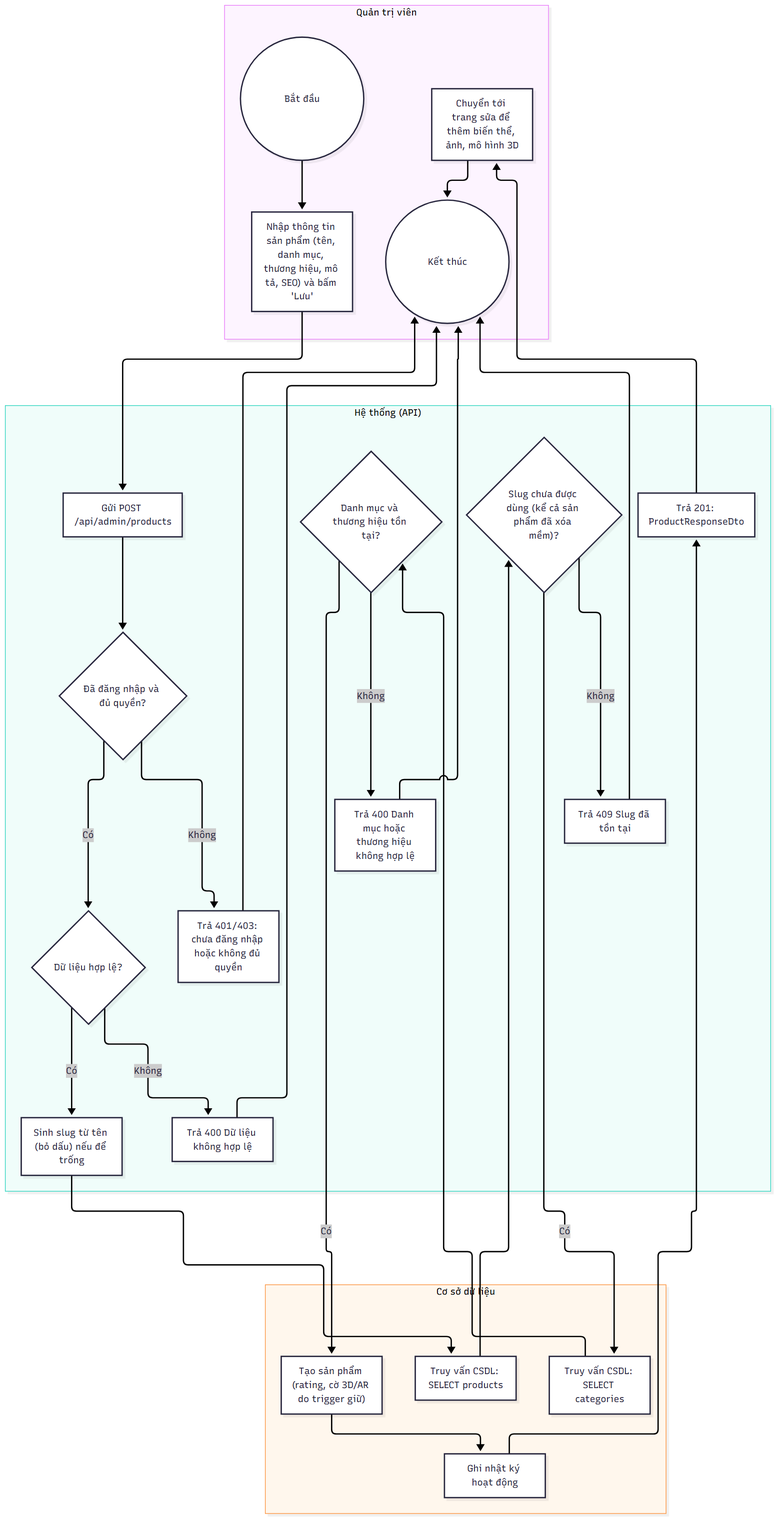
2431540234-arch/XDUDTMDT keeps this Mermaid diagram as docs/diagrams/png/activity_UC-ADM-09_quan-ly-san-pham.png. Above is the earlier version. Its source is kept beside it as docs/diagrams/src/activity_UC-ADM-09_quan-ly-san-pham.mmd. The source it was exported from:
```mermaid
flowchart TD
    subgraph LANE_A["Quản trị viên"]
        n1(("Bắt đầu"))
        n2["Nhập thông tin sản phẩm (tên, danh mục, thương hiệu, mô tả, SEO) và bấm 'Lưu'"]
        n18["Chuyển tới trang sửa để thêm biến thể, ảnh, mô hình 3D"]
        n19(("Kết thúc"))
    end
    subgraph LANE_S["Hệ thống (API)"]
        n3["Gửi POST /api/admin/products"]
        n4{"Đã đăng nhập và đủ quyền?"}
        n5["Trả 401/403: chưa đăng nhập hoặc không đủ quyền"]
        n6{"Dữ liệu hợp lệ?"}
        n7["Trả 400 Dữ liệu không hợp lệ"]
        n8["Sinh slug từ tên (bỏ dấu) nếu để trống"]
        n10{"Slug chưa được dùng (kể cả sản phẩm đã xóa mềm)?"}
        n11["Trả 409 Slug đã tồn tại"]
        n13{"Danh mục và thương hiệu tồn tại?"}
        n14["Trả 400 Danh mục hoặc thương hiệu không hợp lệ"]
        n17["Trả 201: ProductResponseDto"]
    end
    subgraph LANE_D["Cơ sở dữ liệu"]
        n9["Truy vấn CSDL: SELECT products"]
        n12["Truy vấn CSDL: SELECT categories"]
        n15["Tạo sản phẩm (rating, cờ 3D/AR do trigger giữ)"]
        n16["Ghi nhật ký hoạt động"]
    end
    n1 --> n2
    n2 --> n3
    n3 --> n4
    n4 -->|"Không"| n5
    n4 -->|"Có"| n6
    n6 -->|"Không"| n7
    n6 -->|"Có"| n8
    n8 --> n9
    n9 --> n10
    n10 -->|"Không"| n11
    n10 -->|"Có"| n12
    n12 --> n13
    n13 -->|"Không"| n14
    n13 -->|"Có"| n15
    n15 --> n16
    n16 --> n17
    n17 --> n18
    n18 --> n19
    n5 --> n19
    n7 --> n19
    n11 --> n19
    n14 --> n19
```
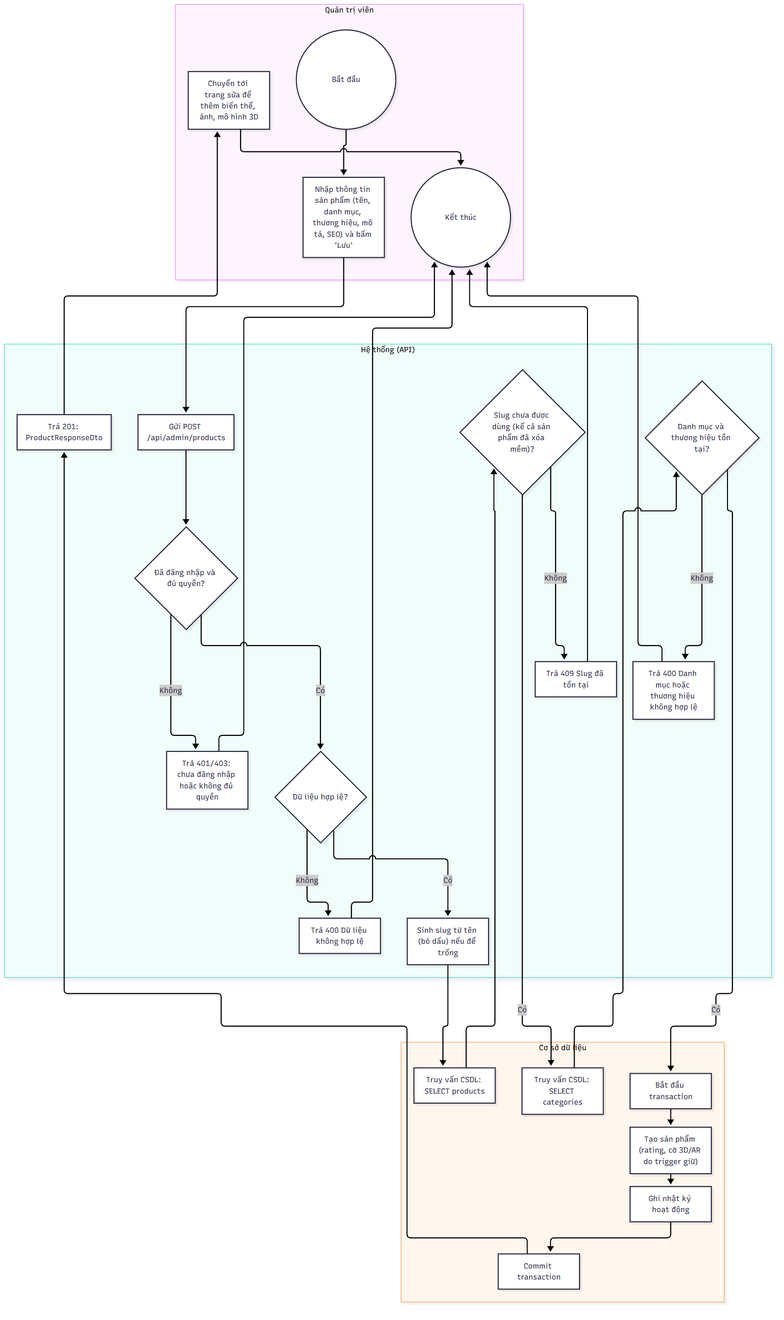
Later version of the same file.

Change to the diagram source:
```diff
@@ -21,8 +21,10 @@
     subgraph LANE_D["Cơ sở dữ liệu"]
         n9["Truy vấn CSDL: SELECT products"]
         n12["Truy vấn CSDL: SELECT categories"]
+        n20["Bắt đầu transaction"]
         n15["Tạo sản phẩm (rating, cờ 3D/AR do trigger giữ)"]
         n16["Ghi nhật ký hoạt động"]
+        n21["Commit transaction"]
     end
     n1 --> n2
     n2 --> n3
@@ -37,9 +39,11 @@
     n10 -->|"Có"| n12
     n12 --> n13
     n13 -->|"Không"| n14
-    n13 -->|"Có"| n15
+    n13 -->|"Có"| n20
+    n20 --> n15
     n15 --> n16
-    n16 --> n17
+    n16 --> n21
+    n21 --> n17
     n17 --> n18
     n18 --> n19
     n5 --> n19
```
